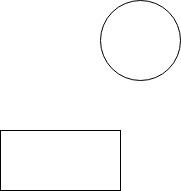
Earlier version of the draw.io export test.png (kusuzi/LearnJava). Source tidied: cells renumbered, new cells last; positions are measured from the earlier drawing's top-left corner, leaving out a move shared by most shapes. Source of this version:
```xml
<mxGraphModel>
  <root>
    <mxCell id="0" />
    <mxCell id="1" parent="0" />
    <mxCell id="2" style="rounded=0;whiteSpace=wrap;html=1;" parent="1" vertex="1">
      <mxGeometry y="130" width="120" height="60" as="geometry" />
    </mxCell>
    <mxCell id="3" style="ellipse;whiteSpace=wrap;html=1;" parent="1" vertex="1">
      <mxGeometry x="100" width="80" height="80" as="geometry" />
    </mxCell>
  </root>
</mxGraphModel>
```
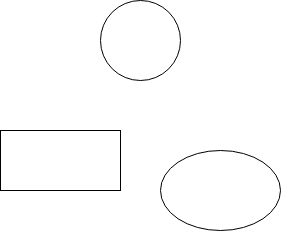
The same file after the commit.

Diff of the diagram source:
```diff
@@ -8,5 +8,8 @@
     <mxCell id="3" style="ellipse;whiteSpace=wrap;html=1;" parent="1" vertex="1">
       <mxGeometry x="100" width="80" height="80" as="geometry" />
     </mxCell>
+    <mxCell id="4" style="ellipse;whiteSpace=wrap;html=1;" parent="1" vertex="1">
+      <mxGeometry x="160" y="150" width="120" height="80" as="geometry" />
+    </mxCell>
   </root>
 </mxGraphModel>
```
